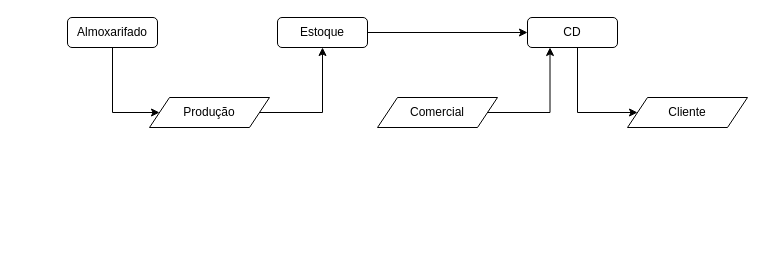
Earlier version of the draw.io diagram prollar.drawio (juniortorres1402/app). Source tidied: cells renumbered, new cells numbered last; positions are measured from the earlier drawing's top-left corner, leaving out a move shared by most shapes. Both pictures are drawn from the tidied source at 100%, with x=0, y=0 at pixel (67, 17).
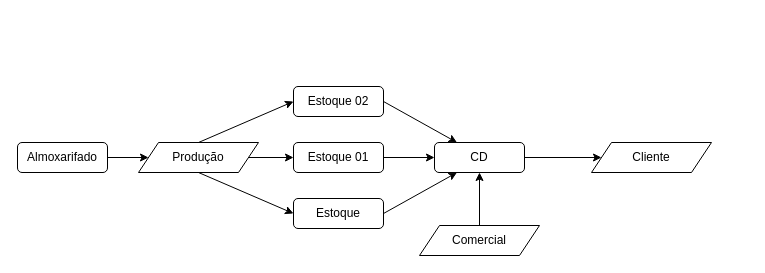
Above is the later version.

Diff of the diagram source:
```diff
@@
 <mxGraphModel>
   <root>
     <mxCell id="0" />
     <mxCell id="1" parent="0" />
-    <mxCell id="2" style="edgeStyle=orthogonalEdgeStyle;rounded=0;jettySize=auto;html=1;entryX=0.5;entryY=1;entryDx=0;entryDy=0;" parent="1" edge="1" source="3" target="7">
-      <mxGeometry relative="1" as="geometry" />
-    </mxCell>
+    <mxCell id="13" style="edgeStyle=orthogonalEdgeStyle;rounded=0;jettySize=auto;html=1;entryX=0;entryY=0.5;entryDx=0;entryDy=0;" parent="1" edge="1" source="3" target="14">
+      <mxGeometry relative="1" as="geometry" />
+    </mxCell>
     <mxCell id="3" value="Produção" style="shape=parallelogram;perimeter=parallelogramPerimeter;whiteSpace=wrap;html=1;shapeInside=1;fixedSize=1;" parent="1" vertex="1">
-      <mxGeometry x="82" y="80" width="120" height="30" as="geometry" />
+      <mxGeometry x="71" y="125" width="120" height="30" as="geometry" />
     </mxCell>
     <mxCell id="4" style="edgeStyle=orthogonalEdgeStyle;rounded=0;jettySize=auto;html=1;entryX=0;entryY=0.5;entryDx=0;entryDy=0;" parent="1" edge="1" source="5" target="3">
-      <mxGeometry relative="1" as="geometry">
-        <Array as="points">
-          <mxPoint x="45" y="95" />
-        </Array>
-      </mxGeometry>
+      <mxGeometry relative="1" as="geometry" />
     </mxCell>
     <mxCell id="5" value="Almoxarifado" style="rounded=1;whiteSpace=wrap;html=1;" parent="1" vertex="1">
-      <mxGeometry width="90" height="30" as="geometry" />
+      <mxGeometry x="-50" y="125" width="90" height="30" as="geometry" />
     </mxCell>
-    <mxCell id="6" style="edgeStyle=orthogonalEdgeStyle;rounded=0;jettySize=auto;html=1;entryX=0;entryY=0.5;entryDx=0;entryDy=0;" parent="1" edge="1" source="7" target="11">
-      <mxGeometry relative="1" as="geometry" />
-    </mxCell>
     <mxCell id="7" value="Estoque" style="rounded=1;whiteSpace=wrap;html=1;" parent="1" vertex="1">
-      <mxGeometry x="210" width="90" height="30" as="geometry" />
+      <mxGeometry x="226" y="181" width="90" height="30" as="geometry" />
     </mxCell>
-    <mxCell id="8" style="edgeStyle=orthogonalEdgeStyle;rounded=0;jettySize=auto;html=1;entryX=0.25;entryY=1;entryDx=0;entryDy=0;" parent="1" edge="1" source="9" target="11">
+    <mxCell id="8" style="edgeStyle=orthogonalEdgeStyle;rounded=0;jettySize=auto;html=1;entryX=0.5;entryY=1;entryDx=0;entryDy=0;" parent="1" edge="1" source="9" target="11">
       <mxGeometry relative="1" as="geometry" />
     </mxCell>
     <mxCell id="9" value="Comercial" style="shape=parallelogram;perimeter=parallelogramPerimeter;whiteSpace=wrap;html=1;shapeInside=1;fixedSize=1;" parent="1" vertex="1">
-      <mxGeometry x="310" y="80" width="120" height="30" as="geometry" />
+      <mxGeometry x="352" y="208" width="120" height="30" as="geometry" />
     </mxCell>
     <mxCell id="10" style="edgeStyle=orthogonalEdgeStyle;rounded=0;jettySize=auto;html=1;entryX=0;entryY=0.5;entryDx=0;entryDy=0;" parent="1" edge="1" source="11" target="12">
-      <mxGeometry relative="1" as="geometry">
-        <Array as="points">
-          <mxPoint x="510" y="95" />
-        </Array>
-      </mxGeometry>
+      <mxGeometry relative="1" as="geometry" />
     </mxCell>
     <mxCell id="11" value="CD" style="rounded=1;whiteSpace=wrap;html=1;" parent="1" vertex="1">
-      <mxGeometry x="460" width="90" height="30" as="geometry" />
+      <mxGeometry x="367" y="125" width="90" height="30" as="geometry" />
     </mxCell>
     <mxCell id="12" value="Cliente" style="shape=parallelogram;perimeter=parallelogramPerimeter;whiteSpace=wrap;html=1;shapeInside=1;fixedSize=1;" parent="1" vertex="1">
-      <mxGeometry x="560" y="80" width="120" height="30" as="geometry" />
+      <mxGeometry x="524" y="125" width="120" height="30" as="geometry" />
     </mxCell>
+    <mxCell id="14" value="Estoque 01" style="rounded=1;whiteSpace=wrap;html=1;" parent="1" vertex="1">
+      <mxGeometry x="226" y="125" width="90" height="30" as="geometry" />
+    </mxCell>
+    <mxCell id="15" value="Estoque 02" style="rounded=1;whiteSpace=wrap;html=1;" parent="1" vertex="1">
+      <mxGeometry x="226" y="69" width="90" height="30" as="geometry" />
+    </mxCell>
+    <mxCell id="16" style="endArrow=classic;html=1;rounded=0;entryX=0.25;entryY=0;entryDx=0;entryDy=0;exitX=1;exitY=0.5;exitDx=0;exitDy=0;" parent="1" edge="1" source="15" target="11">
+      <mxGeometry relative="1" as="geometry" />
+    </mxCell>
+    <mxCell id="6" style="endArrow=classic;html=1;rounded=0;entryX=0.25;entryY=1;entryDx=0;entryDy=0;exitX=1;exitY=0.5;exitDx=0;exitDy=0;" parent="1" edge="1" source="7" target="11">
+      <mxGeometry relative="1" as="geometry" />
+    </mxCell>
+    <mxCell id="17" style="endArrow=classic;html=1;rounded=0;entryX=0;entryY=0.5;entryDx=0;entryDy=0;exitX=1;exitY=0.5;exitDx=0;exitDy=0;" parent="1" edge="1" source="14" target="11">
+      <mxGeometry relative="1" as="geometry" />
+    </mxCell>
+    <mxCell id="18" style="endArrow=classic;html=1;rounded=0;entryX=0;entryY=0.5;entryDx=0;entryDy=0;exitX=0.5;exitY=0;exitDx=0;exitDy=0;" parent="1" edge="1" source="3" target="15">
+      <mxGeometry relative="1" as="geometry" />
+    </mxCell>
+    <mxCell id="2" style="endArrow=classic;html=1;rounded=0;entryX=0;entryY=0.5;entryDx=0;entryDy=0;exitX=0.5;exitY=1;exitDx=0;exitDy=0;" parent="1" edge="1" source="3" target="7">
+      <mxGeometry relative="1" as="geometry" />
+    </mxCell>
   </root>
 </mxGraphModel>
```
